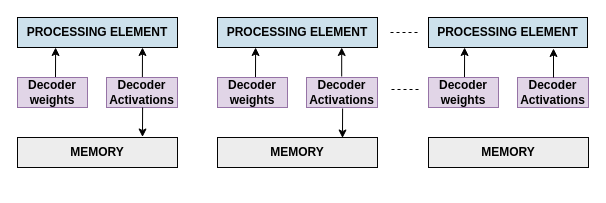
The draw.io diagram High_level_archi.drawio in Nithyarajoman/Drawio-figures, before the edit. Source tidied: cells renumbered, new cells numbered last; positions are measured from the earlier drawing's top-left corner, leaving out a move shared by most shapes. Both pictures are drawn from the tidied source at 100%, with x=0, y=0 at pixel (17, 17).
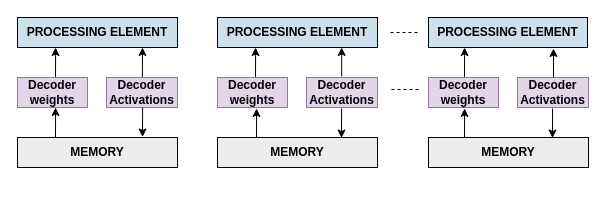
The same diagram, later.

What changed in the source:
```diff
@@
     <mxCell id="23" style="endArrow=classic;startArrow=none;html=1;rounded=0;entryX=0.75;entryY=1;entryDx=0;entryDy=0;exitX=0.435;exitY=-0.017;exitDx=0;exitDy=0;exitPerimeter=0;startFill=0;" parent="1" edge="1">
       <mxGeometry relative="1" as="geometry">
-        <mxPoint x="325.1" y="91" as="sourcePoint" />
-        <mxPoint x="325" y="120.5" as="targetPoint" />
+        <mxPoint x="324.1" y="91" as="sourcePoint" />
+        <mxPoint x="324" y="120.5" as="targetPoint" />
       </mxGeometry>
     </mxCell>
+    <mxCell id="24" style="endArrow=classic;startArrow=none;html=1;rounded=0;entryX=0.75;entryY=1;entryDx=0;entryDy=0;exitX=0.435;exitY=-0.017;exitDx=0;exitDy=0;exitPerimeter=0;startFill=0;" parent="1" edge="1">
+      <mxGeometry relative="1" as="geometry">
+        <mxPoint x="535.1" y="91" as="sourcePoint" />
+        <mxPoint x="535" y="120.5" as="targetPoint" />
+      </mxGeometry>
+    </mxCell>
+    <mxCell id="25" style="endArrow=classic;startArrow=none;html=1;rounded=0;entryX=0.75;entryY=1;entryDx=0;entryDy=0;exitX=0.435;exitY=-0.017;exitDx=0;exitDy=0;exitPerimeter=0;startFill=0;" parent="1" edge="1">
+      <mxGeometry relative="1" as="geometry">
+        <mxPoint x="38" y="119.5" as="sourcePoint" />
+        <mxPoint x="38.1" y="90" as="targetPoint" />
+      </mxGeometry>
+    </mxCell>
+    <mxCell id="26" style="endArrow=classic;startArrow=none;html=1;rounded=0;entryX=0.75;entryY=1;entryDx=0;entryDy=0;exitX=0.435;exitY=-0.017;exitDx=0;exitDy=0;exitPerimeter=0;startFill=0;" parent="1" edge="1">
+      <mxGeometry relative="1" as="geometry">
+        <mxPoint x="239" y="120.5" as="sourcePoint" />
+        <mxPoint x="239.1" y="91" as="targetPoint" />
+      </mxGeometry>
+    </mxCell>
+    <mxCell id="27" style="endArrow=classic;startArrow=none;html=1;rounded=0;entryX=0.75;entryY=1;entryDx=0;entryDy=0;exitX=0.435;exitY=-0.017;exitDx=0;exitDy=0;exitPerimeter=0;startFill=0;" parent="1" edge="1">
+      <mxGeometry relative="1" as="geometry">
+        <mxPoint x="447" y="120.5" as="sourcePoint" />
+        <mxPoint x="447.1" y="91" as="targetPoint" />
+      </mxGeometry>
+    </mxCell>
```
